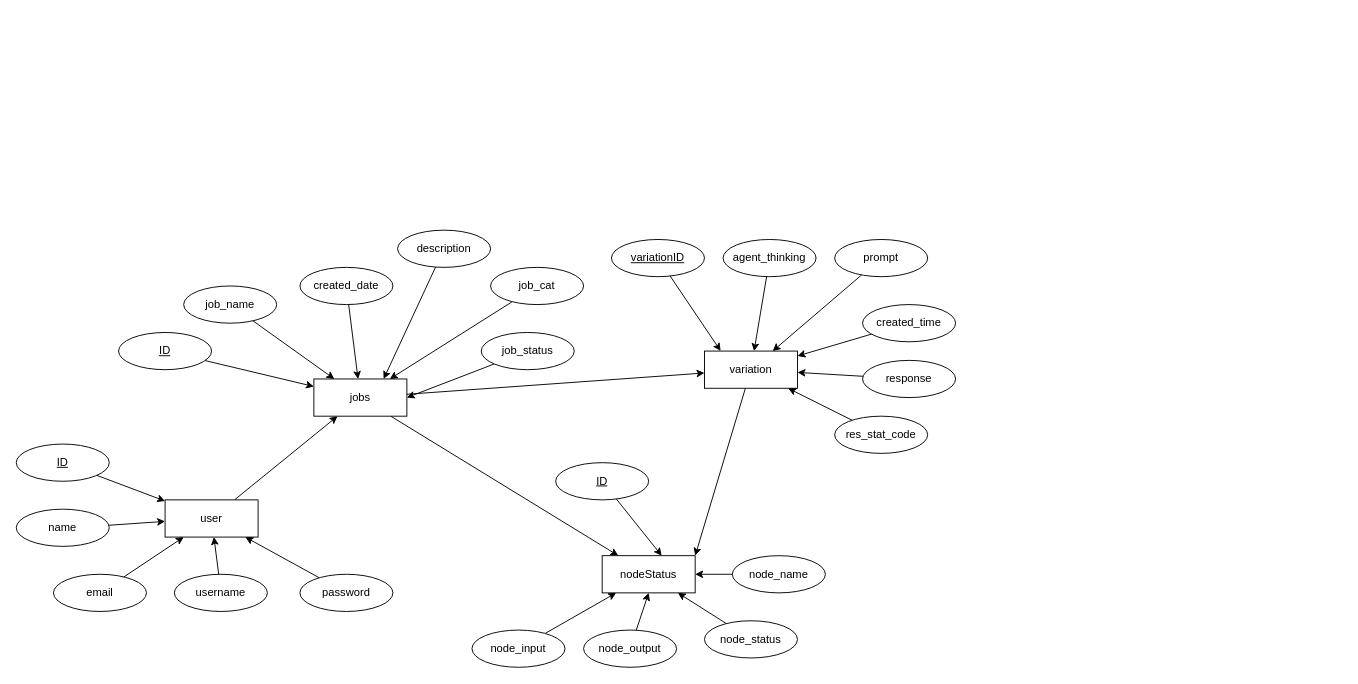
Before: docs/schema.drawio in MrRaveen/Red-line, a draw.io diagram. Source tidied: cells renumbered, new cells numbered last; positions are measured from the earlier drawing's top-left corner, leaving out a move shared by most shapes. Both pictures are drawn from the tidied source at 93%, with x=0, y=0 at pixel (16, 230).
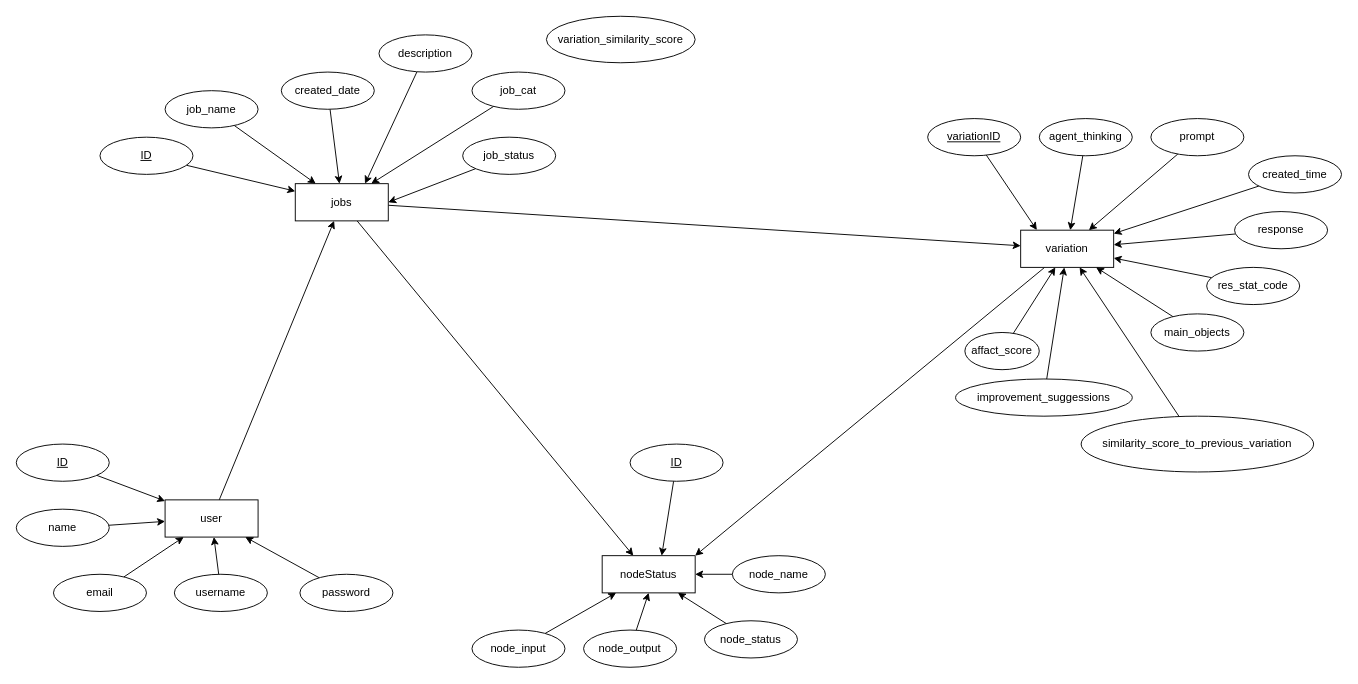
The same page after the edit.

Diff of the diagram source:
```diff
@@
     <mxCell id="6" value="jobs" style="whiteSpace=wrap;html=1;align=center;" parent="1" vertex="1">
-      <mxGeometry x="320" y="160" width="100" height="40" as="geometry" />
+      <mxGeometry x="300" y="-50" width="100" height="40" as="geometry" />
     </mxCell>
@@
     <mxCell id="11" value="ID" style="ellipse;whiteSpace=wrap;html=1;align=center;fontStyle=4;" parent="1" vertex="1">
-      <mxGeometry x="110" y="110" width="100" height="40" as="geometry" />
+      <mxGeometry x="90" y="-100" width="100" height="40" as="geometry" />
     </mxCell>
@@
     <mxCell id="13" value="ID" style="ellipse;whiteSpace=wrap;html=1;align=center;fontStyle=4;" parent="1" vertex="1">
-      <mxGeometry x="580" y="250" width="100" height="40" as="geometry" />
+      <mxGeometry x="660" y="230" width="100" height="40" as="geometry" />
     </mxCell>
@@
     <mxCell id="23" value="job_name" style="ellipse;whiteSpace=wrap;html=1;align=center;" parent="1" vertex="1">
-      <mxGeometry x="180" y="60" width="100" height="40" as="geometry" />
+      <mxGeometry x="160" y="-150" width="100" height="40" as="geometry" />
     </mxCell>
@@
     <mxCell id="25" value="created_date" style="ellipse;whiteSpace=wrap;html=1;align=center;" parent="1" vertex="1">
-      <mxGeometry x="305" y="40" width="100" height="40" as="geometry" />
+      <mxGeometry x="285" y="-170" width="100" height="40" as="geometry" />
     </mxCell>
@@
     <mxCell id="27" value="description" style="ellipse;whiteSpace=wrap;html=1;align=center;" parent="1" vertex="1">
-      <mxGeometry x="410" width="100" height="40" as="geometry" />
+      <mxGeometry x="390" y="-210" width="100" height="40" as="geometry" />
     </mxCell>
@@
     <mxCell id="29" value="job_cat" style="ellipse;whiteSpace=wrap;html=1;align=center;" parent="1" vertex="1">
-      <mxGeometry x="510" y="40" width="100" height="40" as="geometry" />
+      <mxGeometry x="490" y="-170" width="100" height="40" as="geometry" />
     </mxCell>
@@
     <mxCell id="35" value="job_status" style="ellipse;whiteSpace=wrap;html=1;align=center;" parent="1" vertex="1">
-      <mxGeometry x="500" y="110" width="100" height="40" as="geometry" />
+      <mxGeometry x="480" y="-100" width="100" height="40" as="geometry" />
     </mxCell>
@@
     <mxCell id="41" value="variation" style="whiteSpace=wrap;html=1;align=center;" parent="1" vertex="1">
-      <mxGeometry x="740" y="130" width="100" height="40" as="geometry" />
+      <mxGeometry x="1080" width="100" height="40" as="geometry" />
     </mxCell>
@@
     <mxCell id="43" value="variationID" style="ellipse;whiteSpace=wrap;html=1;align=center;fontStyle=4;" parent="1" vertex="1">
-      <mxGeometry x="640" y="10" width="100" height="40" as="geometry" />
+      <mxGeometry x="980" y="-120" width="100" height="40" as="geometry" />
     </mxCell>
@@
     <mxCell id="45" value="agent_thinking" style="ellipse;whiteSpace=wrap;html=1;align=center;" parent="1" vertex="1">
-      <mxGeometry x="760" y="10" width="100" height="40" as="geometry" />
+      <mxGeometry x="1100" y="-120" width="100" height="40" as="geometry" />
     </mxCell>
@@
     <mxCell id="47" value="prompt" style="ellipse;whiteSpace=wrap;html=1;align=center;" parent="1" vertex="1">
-      <mxGeometry x="880" y="10" width="100" height="40" as="geometry" />
+      <mxGeometry x="1220" y="-120" width="100" height="40" as="geometry" />
     </mxCell>
@@
     <mxCell id="49" value="created_time" style="ellipse;whiteSpace=wrap;html=1;align=center;" parent="1" vertex="1">
-      <mxGeometry x="910" y="80" width="100" height="40" as="geometry" />
+      <mxGeometry x="1325" y="-80" width="100" height="40" as="geometry" />
     </mxCell>
@@
     <mxCell id="51" value="response" style="ellipse;whiteSpace=wrap;html=1;align=center;" parent="1" vertex="1">
-      <mxGeometry x="910" y="140" width="100" height="40" as="geometry" />
+      <mxGeometry x="1310" y="-20" width="100" height="40" as="geometry" />
     </mxCell>
@@
     <mxCell id="53" value="res_stat_code" style="ellipse;whiteSpace=wrap;html=1;align=center;" parent="1" vertex="1">
-      <mxGeometry x="880" y="200" width="100" height="40" as="geometry" />
+      <mxGeometry x="1280" y="40" width="100" height="40" as="geometry" />
     </mxCell>
+    <mxCell id="54" style="edgeStyle=none;html=1;" parent="1" edge="1" source="55" target="41">
+      <mxGeometry relative="1" as="geometry" />
+    </mxCell>
+    <mxCell id="55" value="affact_score" style="ellipse;whiteSpace=wrap;html=1;align=center;" parent="1" vertex="1">
+      <mxGeometry x="1020" y="110" width="80" height="40" as="geometry" />
+    </mxCell>
+    <mxCell id="56" style="edgeStyle=none;html=1;" parent="1" edge="1" source="57" target="41">
+      <mxGeometry relative="1" as="geometry" />
+    </mxCell>
+    <mxCell id="57" value="main_objects" style="ellipse;whiteSpace=wrap;html=1;align=center;" parent="1" vertex="1">
+      <mxGeometry x="1220" y="90" width="100" height="40" as="geometry" />
+    </mxCell>
+    <mxCell id="58" style="edgeStyle=none;html=1;" parent="1" edge="1" source="59" target="41">
+      <mxGeometry relative="1" as="geometry" />
+    </mxCell>
+    <mxCell id="59" value="improvement_suggessions" style="ellipse;whiteSpace=wrap;html=1;align=center;" parent="1" vertex="1">
+      <mxGeometry x="1010" y="160" width="190" height="40" as="geometry" />
+    </mxCell>
+    <mxCell id="60" style="edgeStyle=none;html=1;" parent="1" edge="1" source="61" target="41">
+      <mxGeometry relative="1" as="geometry" />
+    </mxCell>
+    <mxCell id="61" value="similarity_score_to_previous_variation" style="ellipse;whiteSpace=wrap;html=1;align=center;" parent="1" vertex="1">
+      <mxGeometry x="1145" y="200" width="250" height="60" as="geometry" />
+    </mxCell>
+    <mxCell id="62" value="variation_similarity_score" style="ellipse;whiteSpace=wrap;html=1;align=center;" parent="1" vertex="1">
+      <mxGeometry x="570" y="-230" width="160" height="50" as="geometry" />
+    </mxCell>
```
